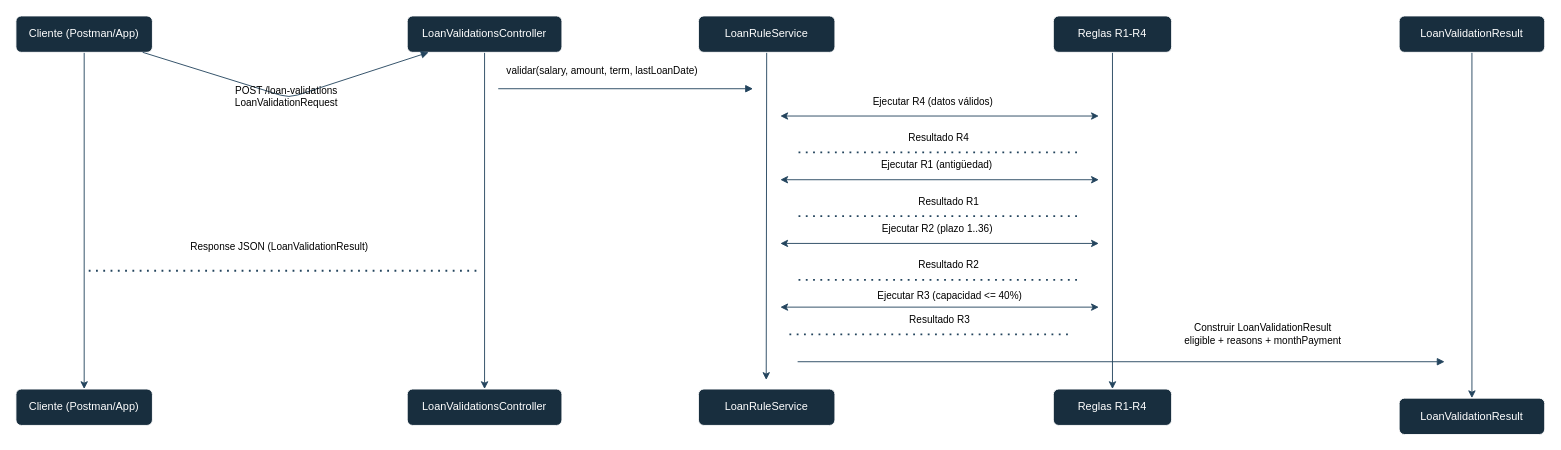
Earlier version of the draw.io diagram page "C1 - Diagrama de Secuencia" (1 of 3) of loan-validation-ms/docs/architecture (2).drawio (RosarioGY/Taller-02). Source tidied: cells renumbered, new cells numbered last; positions are measured from the earlier drawing's top-left corner, leaving out a move shared by most shapes. Both pictures are drawn from the tidied source at 91%, with x=0, y=0 at pixel (15, 15).
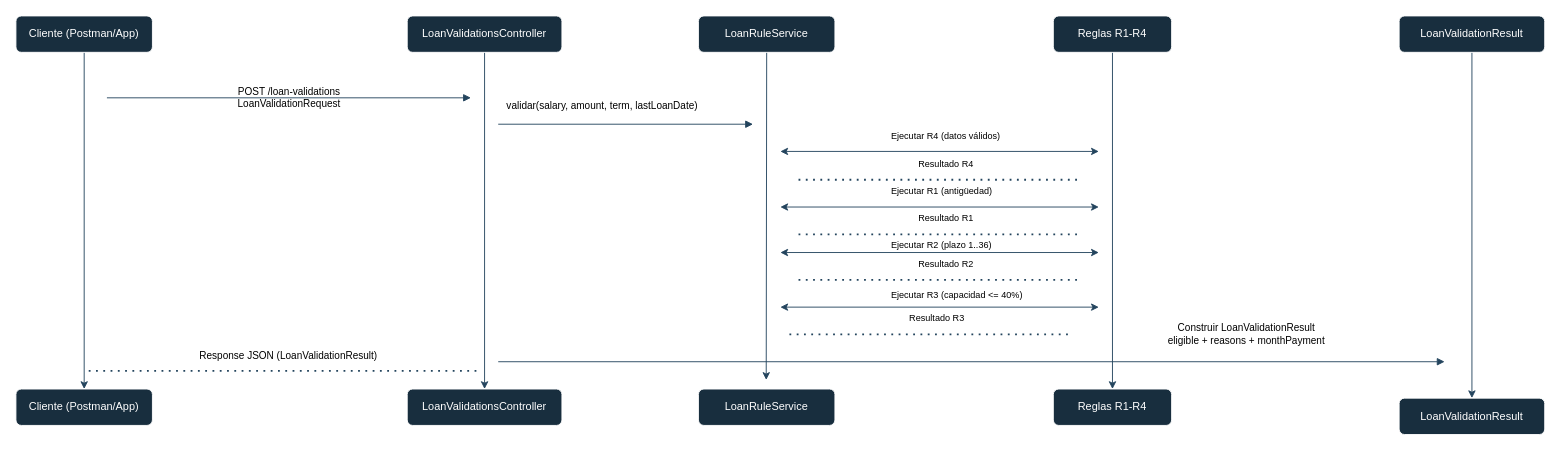
After the change.

The change refers to these unchanged cells:
```xml
<mxCell id="3" value="Cliente (Postman/App)" style="rounded=1;whiteSpace=wrap;html=1;labelBackgroundColor=none;fillColor=#182E3E;strokeColor=#FFFFFF;fontColor=#FFFFFF;" parent="1" vertex="1">
  <mxGeometry width="150" height="40" as="geometry" />
</mxCell>
<mxCell id="5" value="LoanValidationsController" style="rounded=1;whiteSpace=wrap;html=1;labelBackgroundColor=none;fillColor=#182E3E;strokeColor=#FFFFFF;fontColor=#FFFFFF;" parent="1" vertex="1">
  <mxGeometry x="430" width="170" height="40" as="geometry" />
</mxCell>
```

Change to the diagram source:
```diff
@@
-    <mxCell id="15" value="POST /loan-validations&#10;LoanValidationRequest" style="endArrow=block;html=1;labelBackgroundColor=none;fontColor=default;strokeColor=#23445D;" parent="1" edge="1" source="3" target="5">
+    <mxCell id="15" value="POST /loan-validations&#10;LoanValidationRequest" style="endArrow=block;html=1;labelBackgroundColor=none;fontColor=default;strokeColor=#23445D;" parent="1" edge="1">
       <mxGeometry relative="1" as="geometry">
+        <mxPoint x="100" y="90" as="sourcePoint" />
+        <mxPoint x="500" y="90" as="targetPoint" />
         <Array as="points">
           <mxPoint x="300" y="90" />
         </Array>
       </mxGeometry>
     </mxCell>
     <mxCell id="16" value="validar(salary, amount, term, lastLoanDate)" style="endArrow=block;html=1;labelBackgroundColor=none;fontColor=default;strokeColor=#23445D;" parent="1" edge="1">
       <mxGeometry x="-0.18" y="20" relative="1" as="geometry">
-        <mxPoint x="530" y="80" as="sourcePoint" />
-        <mxPoint x="810" y="80" as="targetPoint" />
+        <mxPoint x="530" y="119" as="sourcePoint" />
+        <mxPoint x="810" y="119" as="targetPoint" />
         <mxPoint x="-1" as="offset" />
       </mxGeometry>
     </mxCell>
     <mxCell id="17" value="Construir LoanValidationResult&#10;eligible + reasons + monthPayment" style="endArrow=block;html=1;labelBackgroundColor=none;fontColor=default;strokeColor=#23445D;" parent="1" edge="1">
-      <mxGeometry x="0.44" y="30" relative="1" as="geometry">
-        <mxPoint x="859" y="380" as="sourcePoint" />
+      <mxGeometry x="0.58" y="30" relative="1" as="geometry">
+        <mxPoint x="530" y="380" as="sourcePoint" />
         <mxPoint x="1570" y="380" as="targetPoint" />
-        <mxPoint x="-1" as="offset" />
       </mxGeometry>
     </mxCell>
@@
     <mxCell id="25" style="endArrow=none;dashed=1;html=1;dashPattern=1 3;strokeWidth=2;rounded=0;labelBackgroundColor=none;fontColor=default;strokeColor=#23445D;" parent="1" edge="1">
       <mxGeometry relative="1" as="geometry">
-        <mxPoint x="80" y="280" as="sourcePoint" />
-        <mxPoint x="510" y="280" as="targetPoint" />
+        <mxPoint x="80" y="390" as="sourcePoint" />
+        <mxPoint x="510" y="390" as="targetPoint" />
       </mxGeometry>
     </mxCell>
-    <mxCell id="26" style="endArrow=classic;startArrow=classic;html=1;rounded=0;labelBackgroundColor=none;fontColor=default;strokeColor=#23445D;" parent="1" edge="1">
+    <mxCell id="26" style="endArrow=classic;startArrow=classic;html=1;rounded=0;labelBackgroundColor=none;fontColor=default;strokeColor=#23445D;fontSize=10;" parent="1" edge="1">
       <mxGeometry relative="1" as="geometry">
-        <mxPoint x="840" y="110" as="sourcePoint" />
-        <mxPoint x="1190" y="110" as="targetPoint" />
+        <mxPoint x="840" y="148.9" as="sourcePoint" />
+        <mxPoint x="1190" y="148.9" as="targetPoint" />
       </mxGeometry>
     </mxCell>
-    <mxCell id="27" style="endArrow=classic;startArrow=classic;html=1;rounded=0;labelBackgroundColor=none;fontColor=default;strokeColor=#23445D;" parent="1" edge="1">
+    <mxCell id="27" style="endArrow=classic;startArrow=classic;html=1;rounded=0;labelBackgroundColor=none;fontColor=default;strokeColor=#23445D;fontSize=10;" parent="1" edge="1">
       <mxGeometry relative="1" as="geometry">
-        <mxPoint x="840" y="180" as="sourcePoint" />
-        <mxPoint x="1190" y="180" as="targetPoint" />
+        <mxPoint x="840" y="210" as="sourcePoint" />
+        <mxPoint x="1190" y="210" as="targetPoint" />
       </mxGeometry>
     </mxCell>
-    <mxCell id="28" style="endArrow=classic;startArrow=classic;html=1;rounded=0;labelBackgroundColor=none;fontColor=default;strokeColor=#23445D;" parent="1" edge="1">
+    <mxCell id="28" style="endArrow=classic;startArrow=classic;html=1;rounded=0;labelBackgroundColor=none;fontColor=default;strokeColor=#23445D;fontSize=10;" parent="1" edge="1">
       <mxGeometry relative="1" as="geometry">
         <mxPoint x="840" y="320" as="sourcePoint" />
         <mxPoint x="1190" y="320" as="targetPoint" />
       </mxGeometry>
     </mxCell>
-    <mxCell id="29" style="endArrow=classic;startArrow=classic;html=1;rounded=0;labelBackgroundColor=none;fontColor=default;strokeColor=#23445D;" parent="1" edge="1">
+    <mxCell id="29" style="endArrow=classic;startArrow=classic;html=1;rounded=0;labelBackgroundColor=none;fontColor=default;strokeColor=#23445D;fontSize=10;" parent="1" edge="1">
       <mxGeometry relative="1" as="geometry">
-        <mxPoint x="840" y="250" as="sourcePoint" />
-        <mxPoint x="1190" y="250" as="targetPoint" />
+        <mxPoint x="840" y="260" as="sourcePoint" />
+        <mxPoint x="1190" y="260" as="targetPoint" />
       </mxGeometry>
     </mxCell>
-    <mxCell id="30" style="endArrow=none;dashed=1;html=1;dashPattern=1 3;strokeWidth=2;rounded=0;labelBackgroundColor=none;fontColor=default;strokeColor=#23445D;" parent="1" edge="1">
+    <mxCell id="30" style="endArrow=none;dashed=1;html=1;dashPattern=1 3;strokeWidth=2;rounded=0;labelBackgroundColor=none;fontColor=default;strokeColor=#23445D;fontSize=10;" parent="1" edge="1">
       <mxGeometry relative="1" as="geometry">
         <mxPoint x="850" y="350" as="sourcePoint" />
         <mxPoint x="1160" y="350" as="targetPoint" />
       </mxGeometry>
     </mxCell>
-    <mxCell id="31" value="&lt;span style=&quot;color: rgb(0, 0, 0); font-family: Helvetica; font-size: 11px; font-style: normal; font-variant-ligatures: normal; font-variant-caps: normal; font-weight: 400; letter-spacing: normal; orphans: 2; text-align: center; text-indent: 0px; text-transform: none; widows: 2; word-spacing: 0px; -webkit-text-stroke-width: 0px; background-color: rgb(255, 255, 255); text-decoration-thickness: initial; text-decoration-style: initial; text-decoration-color: initial; float: none; display: inline !important;&quot;&gt;Resultado R3&lt;/span&gt;" style="text;whiteSpace=wrap;html=1;labelBackgroundColor=none;fontColor=#FFFFFF;" parent="1" vertex="1">
+    <mxCell id="31" value="&lt;span style=&quot;color: rgb(0, 0, 0); font-family: Helvetica; font-size: 10px; font-style: normal; font-variant-ligatures: normal; font-variant-caps: normal; font-weight: 400; letter-spacing: normal; orphans: 2; text-align: center; text-indent: 0px; text-transform: none; widows: 2; word-spacing: 0px; -webkit-text-stroke-width: 0px; background-color: rgb(255, 255, 255); text-decoration-thickness: initial; text-decoration-style: initial; text-decoration-color: initial; float: none; display: inline !important;&quot;&gt;Resultado R3&lt;/span&gt;" style="text;whiteSpace=wrap;html=1;labelBackgroundColor=none;fontColor=#FFFFFF;fontSize=10;" parent="1" vertex="1">
       <mxGeometry x="980" y="320" width="100" height="40" as="geometry" />
     </mxCell>
-    <mxCell id="32" value="&lt;span style=&quot;color: rgb(0, 0, 0); font-family: Helvetica; font-size: 11px; font-style: normal; font-variant-ligatures: normal; font-variant-caps: normal; font-weight: 400; letter-spacing: normal; orphans: 2; text-align: center; text-indent: 0px; text-transform: none; widows: 2; word-spacing: 0px; -webkit-text-stroke-width: 0px; background-color: rgb(255, 255, 255); text-decoration-thickness: initial; text-decoration-style: initial; text-decoration-color: initial; float: none; display: inline !important;&quot;&gt;Resultado R2&lt;/span&gt;" style="text;whiteSpace=wrap;html=1;labelBackgroundColor=none;fontColor=#FFFFFF;" parent="1" vertex="1">
+    <mxCell id="32" value="&lt;span style=&quot;color: rgb(0, 0, 0); font-family: Helvetica; font-size: 10px; font-style: normal; font-variant-ligatures: normal; font-variant-caps: normal; font-weight: 400; letter-spacing: normal; orphans: 2; text-align: center; text-indent: 0px; text-transform: none; widows: 2; word-spacing: 0px; -webkit-text-stroke-width: 0px; background-color: rgb(255, 255, 255); text-decoration-thickness: initial; text-decoration-style: initial; text-decoration-color: initial; float: none; display: inline !important;&quot;&gt;Resultado R2&lt;/span&gt;" style="text;whiteSpace=wrap;html=1;labelBackgroundColor=none;fontColor=#FFFFFF;fontSize=10;" parent="1" vertex="1">
       <mxGeometry x="990" y="260" width="100" height="40" as="geometry" />
     </mxCell>
-    <mxCell id="33" style="endArrow=none;dashed=1;html=1;dashPattern=1 3;strokeWidth=2;rounded=0;labelBackgroundColor=none;fontColor=default;strokeColor=#23445D;" parent="1" edge="1">
+    <mxCell id="33" style="endArrow=none;dashed=1;html=1;dashPattern=1 3;strokeWidth=2;rounded=0;labelBackgroundColor=none;fontColor=default;strokeColor=#23445D;fontSize=10;" parent="1" edge="1">
       <mxGeometry relative="1" as="geometry">
         <mxPoint x="860" y="290" as="sourcePoint" />
         <mxPoint x="1170" y="290" as="targetPoint" />
       </mxGeometry>
     </mxCell>
-    <mxCell id="34" value="&lt;span style=&quot;color: rgb(0, 0, 0); font-family: Helvetica; font-size: 11px; font-style: normal; font-variant-ligatures: normal; font-variant-caps: normal; font-weight: 400; letter-spacing: normal; orphans: 2; text-align: center; text-indent: 0px; text-transform: none; widows: 2; word-spacing: 0px; -webkit-text-stroke-width: 0px; background-color: rgb(255, 255, 255); text-decoration-thickness: initial; text-decoration-style: initial; text-decoration-color: initial; float: none; display: inline !important;&quot;&gt;Ejecutar R2 (plazo 1..36)&lt;/span&gt;" style="text;whiteSpace=wrap;html=1;labelBackgroundColor=none;fontColor=#FFFFFF;" parent="1" vertex="1">
-      <mxGeometry x="950" y="220" width="160" height="40" as="geometry" />
+    <mxCell id="34" value="&lt;span style=&quot;color: rgb(0, 0, 0); font-family: Helvetica; font-size: 10px; font-style: normal; font-variant-ligatures: normal; font-variant-caps: normal; font-weight: 400; letter-spacing: normal; orphans: 2; text-align: center; text-indent: 0px; text-transform: none; widows: 2; word-spacing: 0px; -webkit-text-stroke-width: 0px; background-color: rgb(255, 255, 255); text-decoration-thickness: initial; text-decoration-style: initial; text-decoration-color: initial; float: none; display: inline !important;&quot;&gt;Ejecutar R2 (plazo 1..36)&lt;/span&gt;" style="text;whiteSpace=wrap;html=1;labelBackgroundColor=none;fontColor=#FFFFFF;fontSize=10;" parent="1" vertex="1">
+      <mxGeometry x="960" y="240" width="160" height="40" as="geometry" />
     </mxCell>
-    <mxCell id="35" value="&lt;span style=&quot;color: rgb(0, 0, 0); font-family: Helvetica; font-size: 11px; font-style: normal; font-variant-ligatures: normal; font-variant-caps: normal; font-weight: 400; letter-spacing: normal; orphans: 2; text-align: center; text-indent: 0px; text-transform: none; widows: 2; word-spacing: 0px; -webkit-text-stroke-width: 0px; background-color: rgb(255, 255, 255); text-decoration-thickness: initial; text-decoration-style: initial; text-decoration-color: initial; float: none; display: inline !important;&quot;&gt;Ejecutar R3 (capacidad &amp;lt;= 40%)&lt;/span&gt;" style="text;whiteSpace=wrap;html=1;labelBackgroundColor=none;fontColor=#FFFFFF;" parent="1" vertex="1">
-      <mxGeometry x="945" y="294" width="190" height="40" as="geometry" />
+    <mxCell id="35" value="&lt;span style=&quot;color: rgb(0, 0, 0); font-family: Helvetica; font-size: 10px; font-style: normal; font-variant-ligatures: normal; font-variant-caps: normal; font-weight: 400; letter-spacing: normal; orphans: 2; text-align: center; text-indent: 0px; text-transform: none; widows: 2; word-spacing: 0px; -webkit-text-stroke-width: 0px; background-color: rgb(255, 255, 255); text-decoration-thickness: initial; text-decoration-style: initial; text-decoration-color: initial; float: none; display: inline !important;&quot;&gt;Ejecutar R3 (capacidad &amp;lt;= 40%)&lt;/span&gt;" style="text;whiteSpace=wrap;html=1;labelBackgroundColor=none;fontColor=#FFFFFF;fontSize=10;" parent="1" vertex="1">
+      <mxGeometry x="960" y="294" width="165" height="26" as="geometry" />
     </mxCell>
-    <mxCell id="36" value="&lt;span style=&quot;color: rgb(0, 0, 0); font-family: Helvetica; font-size: 11px; font-style: normal; font-variant-ligatures: normal; font-variant-caps: normal; font-weight: 400; letter-spacing: normal; orphans: 2; text-align: center; text-indent: 0px; text-transform: none; widows: 2; word-spacing: 0px; -webkit-text-stroke-width: 0px; background-color: rgb(255, 255, 255); text-decoration-thickness: initial; text-decoration-style: initial; text-decoration-color: initial; float: none; display: inline !important;&quot;&gt;Resultado R1&lt;/span&gt;" style="text;whiteSpace=wrap;html=1;labelBackgroundColor=none;fontColor=#FFFFFF;" parent="1" vertex="1">
-      <mxGeometry x="990" y="190" width="100" height="40" as="geometry" />
+    <mxCell id="36" value="&lt;span style=&quot;color: rgb(0, 0, 0); font-family: Helvetica; font-size: 10px; font-style: normal; font-variant-ligatures: normal; font-variant-caps: normal; font-weight: 400; letter-spacing: normal; orphans: 2; text-align: center; text-indent: 0px; text-transform: none; widows: 2; word-spacing: 0px; -webkit-text-stroke-width: 0px; background-color: rgb(255, 255, 255); text-decoration-thickness: initial; text-decoration-style: initial; text-decoration-color: initial; float: none; display: inline !important;&quot;&gt;Resultado R1&lt;/span&gt;" style="text;whiteSpace=wrap;html=1;labelBackgroundColor=none;fontColor=#FFFFFF;fontSize=10;" parent="1" vertex="1">
+      <mxGeometry x="990" y="210" width="100" height="40" as="geometry" />
     </mxCell>
-    <mxCell id="37" style="endArrow=none;dashed=1;html=1;dashPattern=1 3;strokeWidth=2;rounded=0;labelBackgroundColor=none;fontColor=default;strokeColor=#23445D;" parent="1" edge="1">
+    <mxCell id="37" style="endArrow=none;dashed=1;html=1;dashPattern=1 3;strokeWidth=2;rounded=0;labelBackgroundColor=none;fontColor=default;strokeColor=#23445D;fontSize=10;" parent="1" edge="1">
       <mxGeometry relative="1" as="geometry">
-        <mxPoint x="860" y="220" as="sourcePoint" />
-        <mxPoint x="1170" y="220" as="targetPoint" />
+        <mxPoint x="860" y="240" as="sourcePoint" />
+        <mxPoint x="1170" y="240" as="targetPoint" />
       </mxGeometry>
     </mxCell>
-    <mxCell id="38" value="&lt;span style=&quot;color: rgb(0, 0, 0); font-family: Helvetica; font-size: 11px; font-style: normal; font-variant-ligatures: normal; font-variant-caps: normal; font-weight: 400; letter-spacing: normal; orphans: 2; text-align: center; text-indent: 0px; text-transform: none; widows: 2; word-spacing: 0px; -webkit-text-stroke-width: 0px; background-color: rgb(255, 255, 255); text-decoration-thickness: initial; text-decoration-style: initial; text-decoration-color: initial; float: none; display: inline !important;&quot;&gt;Ejecutar R1 (antigüedad)&lt;/span&gt;" style="text;whiteSpace=wrap;html=1;labelBackgroundColor=none;fontColor=#FFFFFF;" parent="1" vertex="1">
-      <mxGeometry x="949" y="150" width="160" height="40" as="geometry" />
+    <mxCell id="38" value="&lt;span style=&quot;color: rgb(0, 0, 0); font-family: Helvetica; font-size: 10px; font-style: normal; font-variant-ligatures: normal; font-variant-caps: normal; font-weight: 400; letter-spacing: normal; orphans: 2; text-align: center; text-indent: 0px; text-transform: none; widows: 2; word-spacing: 0px; -webkit-text-stroke-width: 0px; background-color: rgb(255, 255, 255); text-decoration-thickness: initial; text-decoration-style: initial; text-decoration-color: initial; float: none; display: inline !important;&quot;&gt;Ejecutar R1 (antigüedad)&lt;/span&gt;" style="text;whiteSpace=wrap;html=1;labelBackgroundColor=none;fontColor=#FFFFFF;fontSize=10;" parent="1" vertex="1">
+      <mxGeometry x="960" y="180" width="160" height="40" as="geometry" />
     </mxCell>
-    <mxCell id="39" value="&lt;span style=&quot;color: rgb(0, 0, 0); font-family: Helvetica; font-size: 11px; font-style: normal; font-variant-ligatures: normal; font-variant-caps: normal; font-weight: 400; letter-spacing: normal; orphans: 2; text-align: center; text-indent: 0px; text-transform: none; widows: 2; word-spacing: 0px; -webkit-text-stroke-width: 0px; background-color: rgb(255, 255, 255); text-decoration-thickness: initial; text-decoration-style: initial; text-decoration-color: initial; float: none; display: inline !important;&quot;&gt;Ejecutar R4 (datos válidos)&lt;/span&gt;" style="text;whiteSpace=wrap;html=1;labelBackgroundColor=none;fontColor=#FFFFFF;" parent="1" vertex="1">
-      <mxGeometry x="940" y="80" width="170" height="40" as="geometry" />
+    <mxCell id="39" value="&lt;span style=&quot;color: rgb(0, 0, 0); font-family: Helvetica; font-size: 10px; font-style: normal; font-variant-ligatures: normal; font-variant-caps: normal; font-weight: 400; letter-spacing: normal; orphans: 2; text-align: center; text-indent: 0px; text-transform: none; widows: 2; word-spacing: 0px; -webkit-text-stroke-width: 0px; background-color: rgb(255, 255, 255); text-decoration-thickness: initial; text-decoration-style: initial; text-decoration-color: initial; float: none; display: inline !important;&quot;&gt;Ejecutar R4 (datos válidos)&lt;/span&gt;" style="text;whiteSpace=wrap;html=1;labelBackgroundColor=none;fontColor=#FFFFFF;fontSize=10;" parent="1" vertex="1">
+      <mxGeometry x="960" y="120" width="170" height="40" as="geometry" />
     </mxCell>
-    <mxCell id="40" value="&lt;span style=&quot;color: rgb(0, 0, 0); font-family: Helvetica; font-size: 11px; font-style: normal; font-variant-ligatures: normal; font-variant-caps: normal; font-weight: 400; letter-spacing: normal; orphans: 2; text-align: center; text-indent: 0px; text-transform: none; widows: 2; word-spacing: 0px; -webkit-text-stroke-width: 0px; background-color: rgb(255, 255, 255); text-decoration-thickness: initial; text-decoration-style: initial; text-decoration-color: initial; float: none; display: inline !important;&quot;&gt;Resultado R4&lt;/span&gt;" style="text;whiteSpace=wrap;html=1;labelBackgroundColor=none;fontColor=#FFFFFF;" parent="1" vertex="1">
-      <mxGeometry x="979" y="120" width="100" height="40" as="geometry" />
+    <mxCell id="40" value="&lt;span style=&quot;color: rgb(0, 0, 0); font-family: Helvetica; font-size: 10px; font-style: normal; font-variant-ligatures: normal; font-variant-caps: normal; font-weight: 400; letter-spacing: normal; orphans: 2; text-align: center; text-indent: 0px; text-transform: none; widows: 2; word-spacing: 0px; -webkit-text-stroke-width: 0px; background-color: rgb(255, 255, 255); text-decoration-thickness: initial; text-decoration-style: initial; text-decoration-color: initial; float: none; display: inline !important;&quot;&gt;Resultado R4&lt;/span&gt;" style="text;whiteSpace=wrap;html=1;labelBackgroundColor=none;fontColor=#FFFFFF;fontSize=10;" parent="1" vertex="1">
+      <mxGeometry x="990" y="150" width="100" height="40" as="geometry" />
     </mxCell>
-    <mxCell id="41" style="endArrow=none;dashed=1;html=1;dashPattern=1 3;strokeWidth=2;rounded=0;labelBackgroundColor=none;fontColor=default;strokeColor=#23445D;" parent="1" edge="1">
+    <mxCell id="41" style="endArrow=none;dashed=1;html=1;dashPattern=1 3;strokeWidth=2;rounded=0;labelBackgroundColor=none;fontColor=default;strokeColor=#23445D;fontSize=10;" parent="1" edge="1">
       <mxGeometry relative="1" as="geometry">
-        <mxPoint x="860" y="150" as="sourcePoint" />
-        <mxPoint x="1170" y="150" as="targetPoint" />
+        <mxPoint x="860" y="180" as="sourcePoint" />
+        <mxPoint x="1170" y="180" as="targetPoint" />
       </mxGeometry>
     </mxCell>
     <mxCell id="42" value="&lt;span style=&quot;color: rgb(0, 0, 0); font-family: Helvetica; font-size: 11px; font-style: normal; font-variant-ligatures: normal; font-variant-caps: normal; font-weight: 400; letter-spacing: normal; orphans: 2; text-align: center; text-indent: 0px; text-transform: none; widows: 2; word-spacing: 0px; -webkit-text-stroke-width: 0px; background-color: rgb(255, 255, 255); text-decoration-thickness: initial; text-decoration-style: initial; text-decoration-color: initial; float: none; display: inline !important;&quot;&gt;Response JSON (LoanValidationResult)&lt;/span&gt;" style="text;whiteSpace=wrap;html=1;labelBackgroundColor=none;fontColor=#FFFFFF;" parent="1" vertex="1">
-      <mxGeometry x="190" y="240" width="230" height="40" as="geometry" />
+      <mxGeometry x="200" y="360" width="230" height="40" as="geometry" />
     </mxCell>
```
